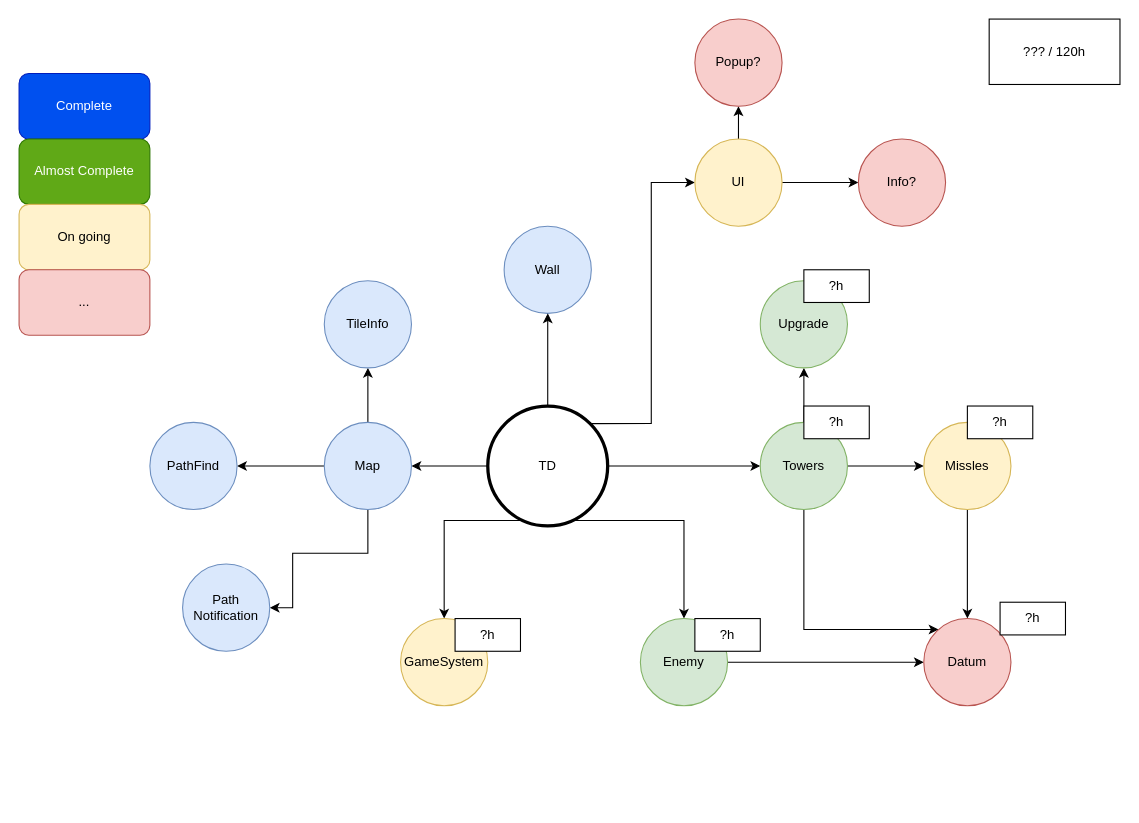
Above: page "페이지-3" (3 of 3) of TD.drawio in app155/ETL_TD (draw.io), before the change. Source tidied: cells renumbered, new cells numbered last; positions are measured from the earlier drawing's top-left corner, leaving out a move shared by most shapes. Both pictures are drawn from the tidied source at 109%, with x=0, y=0 at pixel (19, 19).
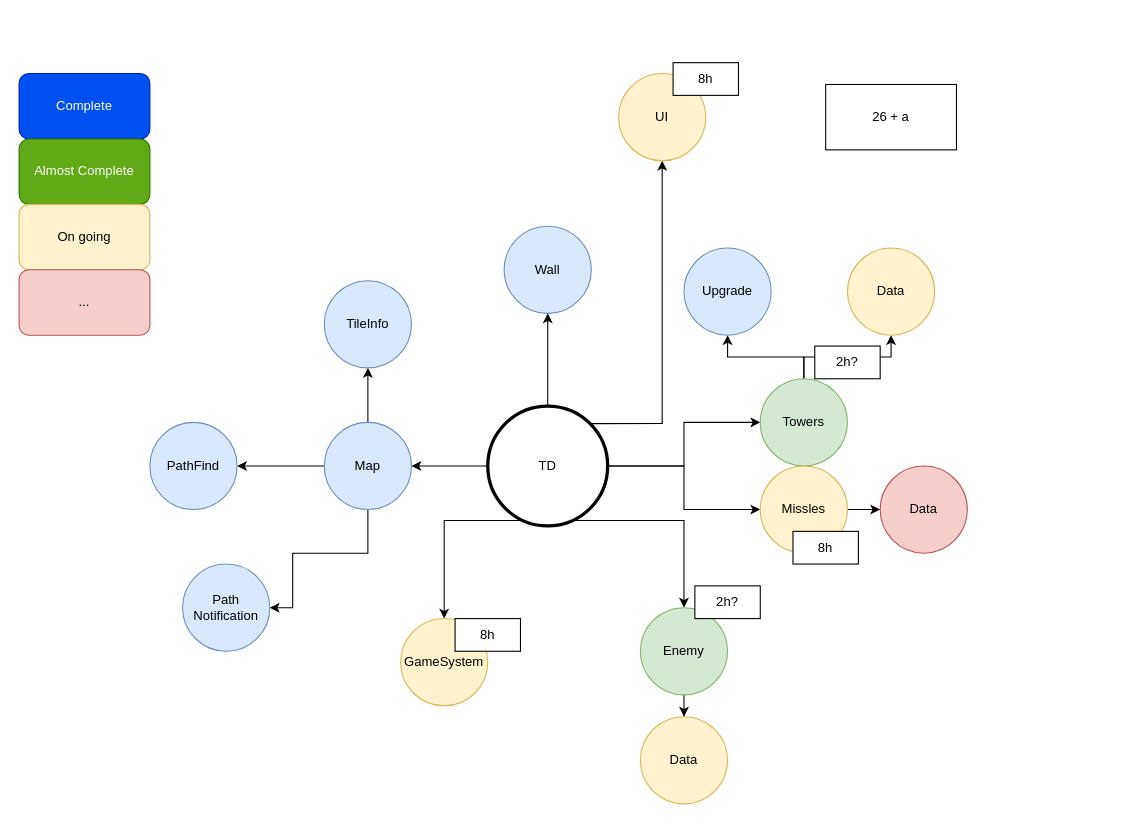
After the change.

The change refers to these unchanged cells:
```xml
<mxCell id="11" value="TD" style="ellipse;whiteSpace=wrap;html=1;strokeWidth=3;" parent="1" vertex="1">
  <mxGeometry x="430" y="355" width="110" height="110" as="geometry" />
</mxCell>
```

Diff of the diagram source:
```diff
@@
-    <mxCell id="10" style="edgeStyle=orthogonalEdgeStyle;rounded=0;jettySize=auto;html=1;exitX=1;exitY=0;exitDx=0;exitDy=0;entryX=0;entryY=0.5;entryDx=0;entryDy=0;" parent="1" edge="1" source="11" target="29">
+    <mxCell id="10" style="edgeStyle=orthogonalEdgeStyle;rounded=0;jettySize=auto;html=1;exitX=1;exitY=0;exitDx=0;exitDy=0;" parent="1" edge="1" source="11" target="29">
       <mxGeometry relative="1" as="geometry" />
     </mxCell>
@@
-    <mxCell id="18" style="edgeStyle=orthogonalEdgeStyle;rounded=0;jettySize=auto;html=1;" parent="1" edge="1" source="21" target="31">
-      <mxGeometry relative="1" as="geometry" />
+    <mxCell id="18" style="edgeStyle=orthogonalEdgeStyle;rounded=0;jettySize=auto;html=1;" parent="1" edge="1" source="11" target="31">
+      <mxGeometry relative="1" as="geometry">
+        <Array as="points">
+          <mxPoint x="610" y="410" />
+          <mxPoint x="610" y="450" />
+        </Array>
+      </mxGeometry>
     </mxCell>
-    <mxCell id="19" style="edgeStyle=orthogonalEdgeStyle;rounded=0;jettySize=auto;html=1;" parent="1" edge="1" source="21" target="35">
+    <mxCell id="19" style="edgeStyle=orthogonalEdgeStyle;rounded=0;jettySize=auto;html=1;" parent="1" edge="1" source="21" target="44">
       <mxGeometry relative="1" as="geometry">
         <Array as="points">
-          <mxPoint x="720" y="560" />
+          <mxPoint x="720" y="310" />
+          <mxPoint x="800" y="310" />
         </Array>
       </mxGeometry>
     </mxCell>
-    <mxCell id="20" style="edgeStyle=orthogonalEdgeStyle;rounded=0;jettySize=auto;html=1;" parent="1" edge="1" source="21">
-      <mxGeometry relative="1" as="geometry">
-        <mxPoint x="720" y="320" as="targetPoint" />
-      </mxGeometry>
+    <mxCell id="20" style="edgeStyle=orthogonalEdgeStyle;rounded=0;jettySize=auto;html=1;" parent="1" edge="1" source="21" target="42">
+      <mxGeometry relative="1" as="geometry" />
     </mxCell>
     <mxCell id="21" value="Towers" style="ellipse;whiteSpace=wrap;html=1;fillColor=#d5e8d4;strokeColor=#82b366;" parent="1" vertex="1">
-      <mxGeometry x="680" y="370" width="80" height="80" as="geometry" />
+      <mxGeometry x="680" y="330" width="80" height="80" as="geometry" />
     </mxCell>
@@
-    <mxCell id="24" style="edgeStyle=orthogonalEdgeStyle;rounded=0;jettySize=auto;html=1;" parent="1" edge="1" source="25" target="35">
+    <mxCell id="24" style="edgeStyle=orthogonalEdgeStyle;rounded=0;jettySize=auto;html=1;" parent="1" edge="1" source="25" target="45">
       <mxGeometry relative="1" as="geometry" />
     </mxCell>
     <mxCell id="25" value="Enemy" style="ellipse;whiteSpace=wrap;html=1;fillColor=#d5e8d4;strokeColor=#82b366;" parent="1" vertex="1">
-      <mxGeometry x="570" y="550" width="80" height="80" as="geometry" />
+      <mxGeometry x="570" y="540" width="80" height="80" as="geometry" />
     </mxCell>
@@
-    <mxCell id="27" style="edgeStyle=orthogonalEdgeStyle;rounded=0;jettySize=auto;html=1;" parent="1" edge="1" source="29" target="32">
-      <mxGeometry relative="1" as="geometry">
-        <Array as="points">
-          <mxPoint x="760" y="150" />
-          <mxPoint x="760" y="150" />
-        </Array>
-      </mxGeometry>
-    </mxCell>
-    <mxCell id="28" style="edgeStyle=orthogonalEdgeStyle;rounded=0;jettySize=auto;html=1;" parent="1" edge="1" source="29" target="33">
-      <mxGeometry relative="1" as="geometry" />
-    </mxCell>
     <mxCell id="29" value="UI" style="ellipse;whiteSpace=wrap;html=1;fillColor=#fff2cc;strokeColor=#d6b656;" parent="1" vertex="1">
-      <mxGeometry x="620" y="110" width="80" height="80" as="geometry" />
+      <mxGeometry x="550" y="50" width="80" height="80" as="geometry" />
     </mxCell>
@@
     <mxCell id="31" value="Missles" style="ellipse;whiteSpace=wrap;html=1;fillColor=#fff2cc;strokeColor=#d6b656;" parent="1" vertex="1">
-      <mxGeometry x="830" y="370" width="80" height="80" as="geometry" />
+      <mxGeometry x="680" y="410" width="80" height="80" as="geometry" />
     </mxCell>
-    <mxCell id="32" value="Info?" style="ellipse;whiteSpace=wrap;html=1;fillColor=#f8cecc;strokeColor=#b85450;" parent="1" vertex="1">
-      <mxGeometry x="770" y="110" width="80" height="80" as="geometry" />
-    </mxCell>
-    <mxCell id="33" value="Popup?" style="ellipse;whiteSpace=wrap;html=1;fillColor=#f8cecc;strokeColor=#b85450;" parent="1" vertex="1">
-      <mxGeometry x="620" width="80" height="80" as="geometry" />
-    </mxCell>
-    <mxCell id="34" value="??? / 120h" style="rounded=0;whiteSpace=wrap;html=1;" parent="1" vertex="1">
-      <mxGeometry x="890" width="120" height="60" as="geometry" />
+    <mxCell id="34" value="26 + a" style="rounded=0;whiteSpace=wrap;html=1;" parent="1" vertex="1">
+      <mxGeometry x="740" y="60" width="120" height="60" as="geometry" />
     </mxCell>
-    <mxCell id="35" value="Datum" style="ellipse;whiteSpace=wrap;html=1;fillColor=#f8cecc;strokeColor=#b85450;" parent="1" vertex="1">
-      <mxGeometry x="830" y="550" width="80" height="80" as="geometry" />
+    <mxCell id="35" value="Data" style="ellipse;whiteSpace=wrap;html=1;fillColor=#f8cecc;strokeColor=#b85450;" parent="1" vertex="1">
+      <mxGeometry x="790" y="410" width="80" height="80" as="geometry" />
     </mxCell>
-    <mxCell id="36" value="?h" style="rounded=0;whiteSpace=wrap;html=1;" parent="1" vertex="1">
-      <mxGeometry x="900" y="535" width="60" height="30" as="geometry" />
-    </mxCell>
-    <mxCell id="37" value="?h" style="rounded=0;whiteSpace=wrap;html=1;" parent="1" vertex="1">
+    <mxCell id="37" value="8h" style="rounded=0;whiteSpace=wrap;html=1;" parent="1" vertex="1">
       <mxGeometry x="400" y="550" width="60" height="30" as="geometry" />
     </mxCell>
-    <mxCell id="38" value="?h" style="rounded=0;whiteSpace=wrap;html=1;" parent="1" vertex="1">
-      <mxGeometry x="620" y="550" width="60" height="30" as="geometry" />
+    <mxCell id="38" value="2h?" style="rounded=0;whiteSpace=wrap;html=1;" parent="1" vertex="1">
+      <mxGeometry x="620" y="520" width="60" height="30" as="geometry" />
     </mxCell>
-    <mxCell id="39" value="?h" style="rounded=0;whiteSpace=wrap;html=1;" parent="1" vertex="1">
-      <mxGeometry x="720" y="355" width="60" height="30" as="geometry" />
+    <mxCell id="39" value="2h?" style="rounded=0;whiteSpace=wrap;html=1;" parent="1" vertex="1">
+      <mxGeometry x="730" y="300" width="60" height="30" as="geometry" />
     </mxCell>
-    <mxCell id="40" value="?h" style="rounded=0;whiteSpace=wrap;html=1;" parent="1" vertex="1">
-      <mxGeometry x="870" y="355" width="60" height="30" as="geometry" />
+    <mxCell id="40" value="8h" style="rounded=0;whiteSpace=wrap;html=1;" parent="1" vertex="1">
+      <mxGeometry x="710" y="470" width="60" height="30" as="geometry" />
     </mxCell>
@@
-    <mxCell id="42" value="Upgrade" style="ellipse;whiteSpace=wrap;html=1;fillColor=#d5e8d4;strokeColor=#82b366;" parent="1" vertex="1">
-      <mxGeometry x="680" y="240" width="80" height="80" as="geometry" />
+    <mxCell id="42" value="Upgrade" style="ellipse;whiteSpace=wrap;html=1;fillColor=#dae8fc;strokeColor=#6c8ebf;" parent="1" vertex="1">
+      <mxGeometry x="610" y="210" width="80" height="80" as="geometry" />
     </mxCell>
-    <mxCell id="43" value="?h" style="rounded=0;whiteSpace=wrap;html=1;" parent="1" vertex="1">
-      <mxGeometry x="720" y="230" width="60" height="30" as="geometry" />
-    </mxCell>
+    <mxCell id="44" value="Data" style="ellipse;whiteSpace=wrap;html=1;fillColor=#fff2cc;strokeColor=#d6b656;" parent="1" vertex="1">
+      <mxGeometry x="760" y="210" width="80" height="80" as="geometry" />
+    </mxCell>
+    <mxCell id="45" value="Data" style="ellipse;whiteSpace=wrap;html=1;fillColor=#fff2cc;strokeColor=#d6b656;" parent="1" vertex="1">
+      <mxGeometry x="570" y="640" width="80" height="80" as="geometry" />
+    </mxCell>
+    <mxCell id="46" value="8h" style="rounded=0;whiteSpace=wrap;html=1;" parent="1" vertex="1">
+      <mxGeometry x="600" y="40" width="60" height="30" as="geometry" />
+    </mxCell>
```
